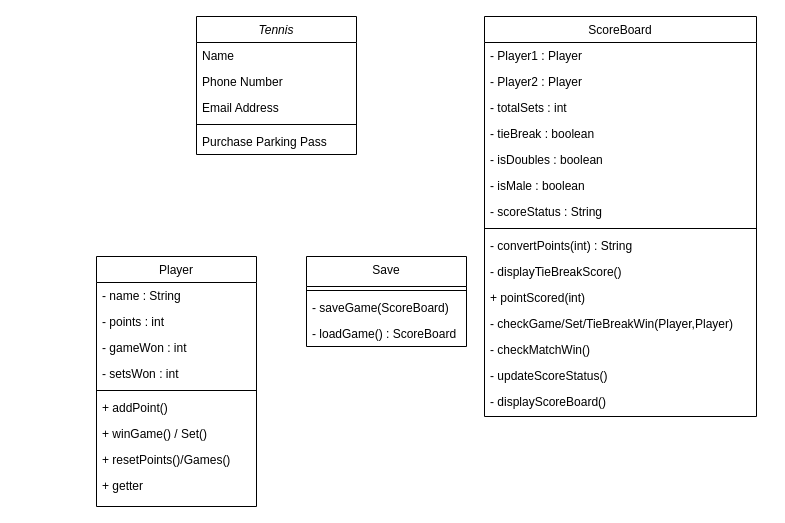
The draw.io diagram tennisScorer클래스다이어그램(최종).drawio in msgggg1/TennisScorer, before the edit. Source tidied: cells renumbered, new cells numbered last; positions are measured from the earlier drawing's top-left corner, leaving out a move shared by most shapes. Both pictures are drawn from the tidied source at 100%, with x=0, y=0 at pixel (96, 16).
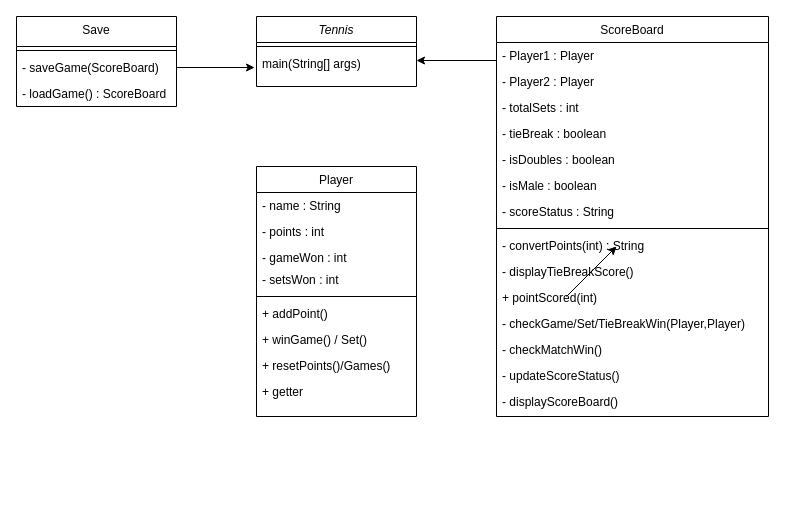
The same diagram, later.

Commit message (it also covers changes not shown here):
tennisScorer클래스다이어그램(최종).drawio 업데이트

The change refers to these unchanged cells:
```xml
<mxCell id="20" value="- saveGame(ScoreBoard)" style="text;align=left;verticalAlign=top;spacingLeft=4;spacingRight=4;overflow=hidden;points=[[0,0.5],[1,0.5]];portConstraint=eastwest;" parent="18" vertex="1">
  <mxGeometry y="38" width="160" height="26" as="geometry" />
</mxCell>
<mxCell id="23" value="- Player1 : Player" style="text;align=left;verticalAlign=top;spacingLeft=4;spacingRight=4;overflow=hidden;points=[[0,0.5],[1,0.5]];portConstraint=eastwest;" parent="22" vertex="1">
  <mxGeometry y="26" width="272" height="26" as="geometry" />
</mxCell>
```

Diff of the diagram source:
```diff
@@
     <mxCell id="2" value="Tennis" style="swimlane;fontStyle=2;align=center;verticalAlign=top;horizontal=1;startSize=26;rounded=0;shadow=0;strokeWidth=1;" parent="1" vertex="1">
-      <mxGeometry x="100" width="160" height="138" as="geometry" />
+      <mxGeometry x="160" width="160" height="70" as="geometry" />
     </mxCell>
-    <mxCell id="3" value="Name" style="text;align=left;verticalAlign=top;spacingLeft=4;spacingRight=4;overflow=hidden;" parent="2" vertex="1">
-      <mxGeometry y="26" width="160" height="26" as="geometry" />
-    </mxCell>
-    <mxCell id="4" value="Phone Number" style="text;align=left;verticalAlign=top;spacingLeft=4;spacingRight=4;overflow=hidden;rounded=0;shadow=0;html=0;" parent="2" vertex="1">
-      <mxGeometry y="52" width="160" height="26" as="geometry" />
-    </mxCell>
-    <mxCell id="5" value="Email Address" style="text;align=left;verticalAlign=top;spacingLeft=4;spacingRight=4;overflow=hidden;rounded=0;shadow=0;html=0;" parent="2" vertex="1">
-      <mxGeometry y="78" width="160" height="26" as="geometry" />
-    </mxCell>
     <mxCell id="6" style="line;html=1;strokeWidth=1;align=left;verticalAlign=middle;spacingTop=-1;spacingLeft=3;spacingRight=3;labelPosition=right;" parent="2" vertex="1">
-      <mxGeometry y="104" width="160" height="8" as="geometry" />
+      <mxGeometry y="26" width="160" height="8" as="geometry" />
     </mxCell>
-    <mxCell id="7" value="Purchase Parking Pass" style="text;align=left;verticalAlign=top;spacingLeft=4;spacingRight=4;overflow=hidden;points=[[0,0.5],[1,0.5]];portConstraint=eastwest;" parent="2" vertex="1">
-      <mxGeometry y="112" width="160" height="26" as="geometry" />
+    <mxCell id="7" value="main(String[] args)" style="text;align=left;verticalAlign=top;spacingLeft=4;spacingRight=4;overflow=hidden;points=[[0,0.5],[1,0.5]];portConstraint=eastwest;" parent="2" vertex="1">
+      <mxGeometry y="34" width="160" height="20" as="geometry" />
     </mxCell>
     <mxCell id="8" value="Player" style="swimlane;fontStyle=0;align=center;verticalAlign=top;horizontal=1;startSize=26;rounded=0;shadow=0;strokeWidth=1;" parent="1" vertex="1">
-      <mxGeometry y="240" width="160" height="250" as="geometry" />
+      <mxGeometry x="160" y="150" width="160" height="250" as="geometry" />
     </mxCell>
@@
     <mxCell id="11" value="- gameWon : int" style="text;align=left;verticalAlign=top;spacingLeft=4;spacingRight=4;overflow=hidden;rounded=0;shadow=0;html=0;" parent="8" vertex="1">
-      <mxGeometry y="78" width="160" height="26" as="geometry" />
+      <mxGeometry y="78" width="160" height="22" as="geometry" />
     </mxCell>
     <mxCell id="12" value="- setsWon : int" style="text;align=left;verticalAlign=top;spacingLeft=4;spacingRight=4;overflow=hidden;rounded=0;shadow=0;html=0;" parent="8" vertex="1">
-      <mxGeometry y="104" width="160" height="26" as="geometry" />
+      <mxGeometry y="100" width="160" height="26" as="geometry" />
     </mxCell>
     <mxCell id="13" style="line;html=1;strokeWidth=1;align=left;verticalAlign=middle;spacingTop=-1;spacingLeft=3;spacingRight=3;labelPosition=right;" parent="8" vertex="1">
-      <mxGeometry y="130" width="160" height="8" as="geometry" />
+      <mxGeometry y="126" width="160" height="8" as="geometry" />
     </mxCell>
     <mxCell id="14" value="+ addPoint()&#10;" style="text;align=left;verticalAlign=top;spacingLeft=4;spacingRight=4;overflow=hidden;" parent="8" vertex="1">
-      <mxGeometry y="138" width="160" height="26" as="geometry" />
+      <mxGeometry y="134" width="160" height="26" as="geometry" />
     </mxCell>
     <mxCell id="15" value="+ winGame() / Set()&#10;" style="text;align=left;verticalAlign=top;spacingLeft=4;spacingRight=4;overflow=hidden;rounded=0;shadow=0;html=0;" parent="8" vertex="1">
-      <mxGeometry y="164" width="160" height="26" as="geometry" />
+      <mxGeometry y="160" width="160" height="26" as="geometry" />
     </mxCell>
     <mxCell id="16" value="+ resetPoints()/Games()" style="text;align=left;verticalAlign=top;spacingLeft=4;spacingRight=4;overflow=hidden;rounded=0;shadow=0;html=0;" parent="8" vertex="1">
-      <mxGeometry y="190" width="160" height="26" as="geometry" />
+      <mxGeometry y="186" width="160" height="26" as="geometry" />
     </mxCell>
     <mxCell id="17" value="+ getter" style="text;align=left;verticalAlign=top;spacingLeft=4;spacingRight=4;overflow=hidden;rounded=0;shadow=0;html=0;" parent="8" vertex="1">
-      <mxGeometry y="216" width="160" height="26" as="geometry" />
+      <mxGeometry y="212" width="160" height="26" as="geometry" />
     </mxCell>
     <mxCell id="18" value="Save" style="swimlane;fontStyle=0;align=center;verticalAlign=top;horizontal=1;startSize=30;rounded=0;shadow=0;strokeWidth=1;" parent="1" vertex="1">
-      <mxGeometry x="210" y="240" width="160" height="90" as="geometry" />
+      <mxGeometry x="-80" width="160" height="90" as="geometry" />
     </mxCell>
@@
     <mxCell id="22" value="ScoreBoard" style="swimlane;fontStyle=0;align=center;verticalAlign=top;horizontal=1;startSize=26;rounded=0;shadow=0;strokeWidth=1;" parent="1" vertex="1">
-      <mxGeometry x="388" width="272" height="400" as="geometry" />
+      <mxGeometry x="400" width="272" height="400" as="geometry" />
     </mxCell>
@@
+    <mxCell id="38" style="endArrow=classic;html=1;rounded=0;" parent="1" edge="1">
+      <mxGeometry relative="1" as="geometry">
+        <mxPoint x="470" y="280" as="sourcePoint" />
+        <mxPoint x="520" y="230" as="targetPoint" />
+      </mxGeometry>
+    </mxCell>
+    <mxCell id="39" style="edgeStyle=orthogonalEdgeStyle;rounded=0;jettySize=auto;html=1;exitX=0;exitY=0.5;exitDx=0;exitDy=0;entryX=1;entryY=0.5;entryDx=0;entryDy=0;" parent="1" edge="1" source="23" target="7">
+      <mxGeometry relative="1" as="geometry">
+        <Array as="points">
+          <mxPoint x="400" y="44" />
+        </Array>
+      </mxGeometry>
+    </mxCell>
+    <mxCell id="40" style="edgeStyle=orthogonalEdgeStyle;rounded=0;jettySize=auto;html=1;exitX=1;exitY=0.5;exitDx=0;exitDy=0;entryX=-0.012;entryY=0.85;entryDx=0;entryDy=0;entryPerimeter=0;" parent="1" edge="1" source="20" target="7">
+      <mxGeometry relative="1" as="geometry" />
+    </mxCell>
```
